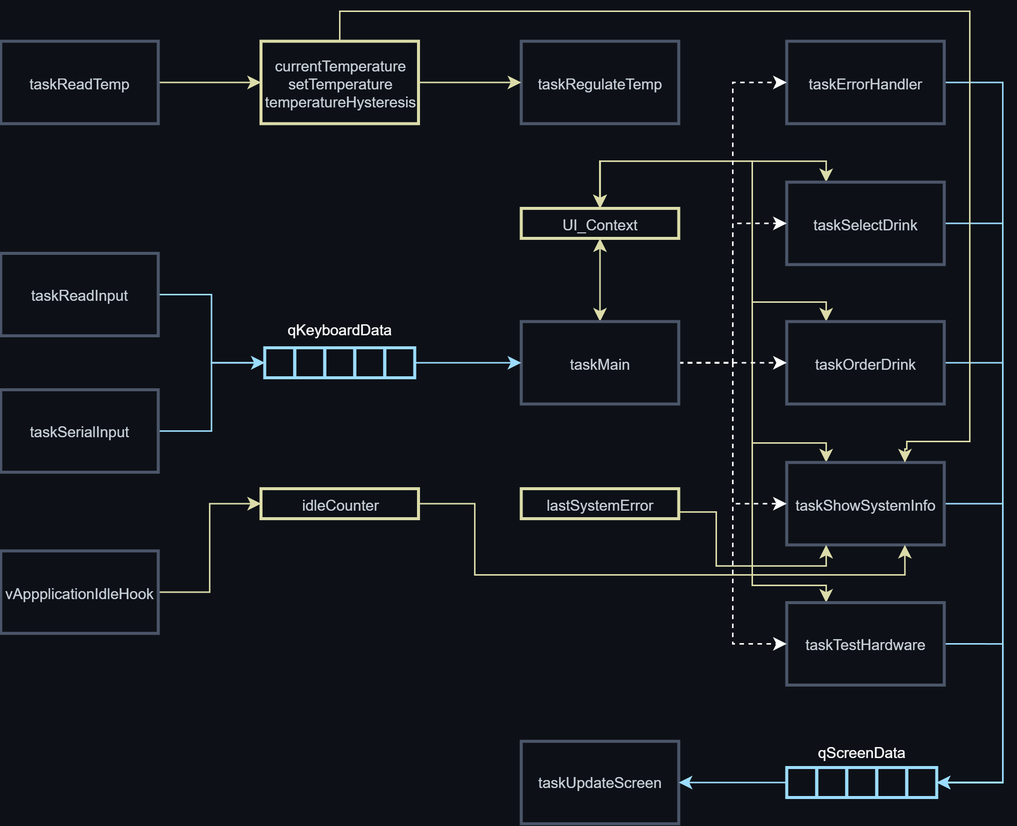
alan-kudelko/DrinkCreator6000 keeps this draw.io diagram as Media/DataFlowDiagram.png. Above is the earlier version. Source tidied: cells renumbered, new cells last; positions are measured from the earlier drawing's top-left corner, leaving out a move shared by most shapes.
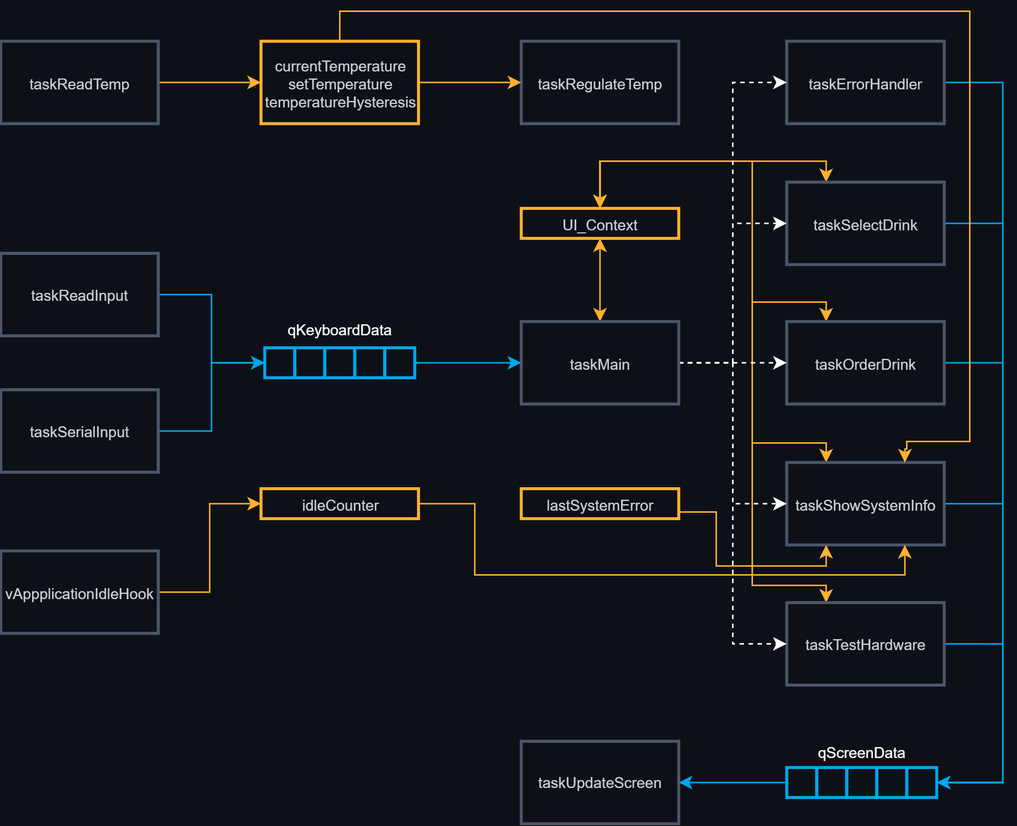
The same diagram one commit later.

The edit, as a diff of the source:
```diff
@@ -7,18 +7,18 @@
     </mxCell>
-    <mxCell id="3" style="edgeStyle=orthogonalEdgeStyle;rounded=0;jettySize=auto;html=1;entryX=1;entryY=0.5;entryDx=0;entryDy=0;strokeColor=#9CDCFE;" parent="1" edge="1" source="4" target="2">
+    <mxCell id="3" style="edgeStyle=orthogonalEdgeStyle;rounded=0;jettySize=auto;html=1;entryX=1;entryY=0.5;entryDx=0;entryDy=0;strokeColor=#00A6ED;" parent="1" edge="1" source="4" target="2">
       <mxGeometry relative="1" as="geometry" />
     </mxCell>
-    <mxCell id="4" style="rounded=0;whiteSpace=wrap;html=1;fontSize=10;align=left;glass=0;shadow=0;strokeWidth=2;perimeterSpacing=0;strokeColor=#9CDCFE;fillColor=none;fontColor=#C9D1D9;verticalAlign=middle;spacingLeft=0;spacingTop=0;fontFamily=Helvetica;" parent="1" vertex="1">
+    <mxCell id="4" style="rounded=0;whiteSpace=wrap;html=1;fontSize=10;align=left;glass=0;shadow=0;strokeWidth=2;perimeterSpacing=0;strokeColor=#00A6ED;fillColor=none;fontColor=#C9D1D9;verticalAlign=middle;spacingLeft=0;spacingTop=0;fontFamily=Helvetica;" parent="1" vertex="1">
       <mxGeometry x="524" y="504.5" width="20" height="20" as="geometry" />
     </mxCell>
-    <mxCell id="5" style="rounded=0;whiteSpace=wrap;html=1;fontSize=10;align=left;glass=0;shadow=0;strokeWidth=2;perimeterSpacing=0;strokeColor=#9CDCFE;fillColor=none;fontColor=#C9D1D9;verticalAlign=middle;spacingLeft=0;spacingTop=0;fontFamily=Helvetica;" parent="1" vertex="1">
+    <mxCell id="5" style="rounded=0;whiteSpace=wrap;html=1;fontSize=10;align=left;glass=0;shadow=0;strokeWidth=2;perimeterSpacing=0;strokeColor=#00A6ED;fillColor=none;fontColor=#C9D1D9;verticalAlign=middle;spacingLeft=0;spacingTop=0;fontFamily=Helvetica;" parent="1" vertex="1">
       <mxGeometry x="544" y="504.5" width="20" height="20" as="geometry" />
     </mxCell>
-    <mxCell id="6" style="rounded=0;whiteSpace=wrap;html=1;fontSize=10;align=left;glass=0;shadow=0;strokeWidth=2;perimeterSpacing=0;strokeColor=#9CDCFE;fillColor=none;fontColor=#C9D1D9;verticalAlign=middle;spacingLeft=0;spacingTop=0;fontFamily=Helvetica;" parent="1" vertex="1">
+    <mxCell id="6" style="rounded=0;whiteSpace=wrap;html=1;fontSize=10;align=left;glass=0;shadow=0;strokeWidth=2;perimeterSpacing=0;strokeColor=#00A6ED;fillColor=none;fontColor=#C9D1D9;verticalAlign=middle;spacingLeft=0;spacingTop=0;fontFamily=Helvetica;" parent="1" vertex="1">
       <mxGeometry x="564" y="504.5" width="20" height="20" as="geometry" />
     </mxCell>
-    <mxCell id="7" style="rounded=0;whiteSpace=wrap;html=1;fontSize=10;align=left;glass=0;shadow=0;strokeWidth=2;perimeterSpacing=0;strokeColor=#9CDCFE;fillColor=none;fontColor=#C9D1D9;verticalAlign=middle;spacingLeft=0;spacingTop=0;fontFamily=Helvetica;" parent="1" vertex="1">
+    <mxCell id="7" style="rounded=0;whiteSpace=wrap;html=1;fontSize=10;align=left;glass=0;shadow=0;strokeWidth=2;perimeterSpacing=0;strokeColor=#00A6ED;fillColor=none;fontColor=#C9D1D9;verticalAlign=middle;spacingLeft=0;spacingTop=0;fontFamily=Helvetica;" parent="1" vertex="1">
       <mxGeometry x="584" y="504.5" width="20" height="20" as="geometry" />
     </mxCell>
-    <mxCell id="8" style="rounded=0;whiteSpace=wrap;html=1;fontSize=10;align=left;glass=0;shadow=0;strokeWidth=2;perimeterSpacing=0;strokeColor=#9CDCFE;fillColor=none;fontColor=#C9D1D9;verticalAlign=middle;spacingLeft=0;spacingTop=0;fontFamily=Helvetica;" parent="1" vertex="1">
+    <mxCell id="8" style="rounded=0;whiteSpace=wrap;html=1;fontSize=10;align=left;glass=0;shadow=0;strokeWidth=2;perimeterSpacing=0;strokeColor=#00A6ED;fillColor=none;fontColor=#C9D1D9;verticalAlign=middle;spacingLeft=0;spacingTop=0;fontFamily=Helvetica;" parent="1" vertex="1">
       <mxGeometry x="604" y="504.5" width="20" height="20" as="geometry" />
@@ -28,3 +28,3 @@
     </mxCell>
-    <mxCell id="10" style="edgeStyle=orthogonalEdgeStyle;rounded=0;jettySize=auto;html=1;entryX=0.5;entryY=0;entryDx=0;entryDy=0;strokeColor=#DCDCAA;exitX=0.25;exitY=0;exitDx=0;exitDy=0;startArrow=classic;startFill=1;" parent="1" edge="1" source="12" target="41">
+    <mxCell id="10" style="edgeStyle=orthogonalEdgeStyle;rounded=0;jettySize=auto;html=1;entryX=0.5;entryY=0;entryDx=0;entryDy=0;strokeColor=#FFB02E;exitX=0.25;exitY=0;exitDx=0;exitDy=0;startArrow=classic;startFill=1;" parent="1" edge="1" source="12" target="41">
       <mxGeometry relative="1" as="geometry">
@@ -38,3 +38,3 @@
     </mxCell>
-    <mxCell id="11" style="edgeStyle=orthogonalEdgeStyle;rounded=0;jettySize=auto;html=1;entryX=1;entryY=0.5;entryDx=0;entryDy=0;strokeColor=#9CDCFE;exitX=1;exitY=0.5;exitDx=0;exitDy=0;" parent="1" edge="1" source="12" target="8">
+    <mxCell id="11" style="edgeStyle=orthogonalEdgeStyle;rounded=0;jettySize=auto;html=1;entryX=1;entryY=0.5;entryDx=0;entryDy=0;strokeColor=#00A6ED;exitX=1;exitY=0.5;exitDx=0;exitDy=0;" parent="1" edge="1" source="12" target="8">
       <mxGeometry relative="1" as="geometry">
@@ -49,3 +49,3 @@
     </mxCell>
-    <mxCell id="13" style="edgeStyle=orthogonalEdgeStyle;rounded=0;jettySize=auto;html=1;entryX=1;entryY=0.5;entryDx=0;entryDy=0;strokeColor=#9CDCFE;exitX=1;exitY=0.5;exitDx=0;exitDy=0;" parent="1" edge="1" source="14" target="8">
+    <mxCell id="13" style="edgeStyle=orthogonalEdgeStyle;rounded=0;jettySize=auto;html=1;entryX=1;entryY=0.5;entryDx=0;entryDy=0;strokeColor=#00A6ED;exitX=1;exitY=0.5;exitDx=0;exitDy=0;" parent="1" edge="1" source="14" target="8">
       <mxGeometry relative="1" as="geometry">
@@ -60,3 +60,3 @@
     </mxCell>
-    <mxCell id="15" style="edgeStyle=orthogonalEdgeStyle;rounded=0;jettySize=auto;html=1;entryX=0.5;entryY=0;entryDx=0;entryDy=0;exitX=0.25;exitY=0;exitDx=0;exitDy=0;strokeColor=#DCDCAA;startArrow=classic;startFill=1;" parent="1" edge="1" source="17" target="41">
+    <mxCell id="15" style="edgeStyle=orthogonalEdgeStyle;rounded=0;jettySize=auto;html=1;entryX=0.5;entryY=0;entryDx=0;entryDy=0;exitX=0.25;exitY=0;exitDx=0;exitDy=0;strokeColor=#FFB02E;startArrow=classic;startFill=1;" parent="1" edge="1" source="17" target="41">
       <mxGeometry relative="1" as="geometry">
@@ -70,3 +70,3 @@
     </mxCell>
-    <mxCell id="16" style="edgeStyle=orthogonalEdgeStyle;rounded=0;jettySize=auto;html=1;entryX=1;entryY=0.5;entryDx=0;entryDy=0;exitX=1;exitY=0.5;exitDx=0;exitDy=0;strokeColor=#9CDCFE;" parent="1" edge="1" source="17" target="8">
+    <mxCell id="16" style="edgeStyle=orthogonalEdgeStyle;rounded=0;jettySize=auto;html=1;entryX=1;entryY=0.5;entryDx=0;entryDy=0;exitX=1;exitY=0.5;exitDx=0;exitDy=0;strokeColor=#00A6ED;" parent="1" edge="1" source="17" target="8">
       <mxGeometry relative="1" as="geometry">
@@ -81,3 +81,3 @@
     </mxCell>
-    <mxCell id="18" style="edgeStyle=orthogonalEdgeStyle;rounded=0;jettySize=auto;html=1;entryX=0.5;entryY=0;entryDx=0;entryDy=0;strokeColor=#DCDCAA;exitX=0.25;exitY=0;exitDx=0;exitDy=0;startArrow=classic;startFill=1;" parent="1" edge="1" source="20" target="41">
+    <mxCell id="18" style="edgeStyle=orthogonalEdgeStyle;rounded=0;jettySize=auto;html=1;entryX=0.5;entryY=0;entryDx=0;entryDy=0;strokeColor=#FFB02E;exitX=0.25;exitY=0;exitDx=0;exitDy=0;startArrow=classic;startFill=1;" parent="1" edge="1" source="20" target="41">
       <mxGeometry relative="1" as="geometry">
@@ -91,3 +91,3 @@
     </mxCell>
-    <mxCell id="19" style="edgeStyle=orthogonalEdgeStyle;rounded=0;jettySize=auto;html=1;entryX=1;entryY=0.5;entryDx=0;entryDy=0;strokeColor=#9CDCFE;exitX=1;exitY=0.5;exitDx=0;exitDy=0;" parent="1" edge="1" source="20" target="8">
+    <mxCell id="19" style="edgeStyle=orthogonalEdgeStyle;rounded=0;jettySize=auto;html=1;entryX=1;entryY=0.5;entryDx=0;entryDy=0;strokeColor=#00A6ED;exitX=1;exitY=0.5;exitDx=0;exitDy=0;" parent="1" edge="1" source="20" target="8">
       <mxGeometry relative="1" as="geometry">
@@ -102,3 +102,3 @@
     </mxCell>
-    <mxCell id="21" style="edgeStyle=orthogonalEdgeStyle;rounded=0;jettySize=auto;html=1;entryX=0.5;entryY=0;entryDx=0;entryDy=0;exitX=0.25;exitY=0;exitDx=0;exitDy=0;strokeColor=#DCDCAA;startArrow=classic;startFill=1;" parent="1" edge="1" source="23" target="41">
+    <mxCell id="21" style="edgeStyle=orthogonalEdgeStyle;rounded=0;jettySize=auto;html=1;entryX=0.5;entryY=0;entryDx=0;entryDy=0;exitX=0.25;exitY=0;exitDx=0;exitDy=0;strokeColor=#FFB02E;startArrow=classic;startFill=1;" parent="1" edge="1" source="23" target="41">
       <mxGeometry relative="1" as="geometry">
@@ -110,3 +110,3 @@
     </mxCell>
-    <mxCell id="22" style="edgeStyle=orthogonalEdgeStyle;rounded=0;jettySize=auto;html=1;entryX=1;entryY=0.5;entryDx=0;entryDy=0;strokeColor=#9CDCFE;exitX=1;exitY=0.5;exitDx=0;exitDy=0;" parent="1" edge="1" source="23" target="8">
+    <mxCell id="22" style="edgeStyle=orthogonalEdgeStyle;rounded=0;jettySize=auto;html=1;entryX=1;entryY=0.5;entryDx=0;entryDy=0;strokeColor=#00A6ED;exitX=1;exitY=0.5;exitDx=0;exitDy=0;" parent="1" edge="1" source="23" target="8">
       <mxGeometry relative="1" as="geometry">
@@ -121,3 +121,3 @@
     </mxCell>
-    <mxCell id="24" style="edgeStyle=orthogonalEdgeStyle;rounded=0;jettySize=auto;html=1;entryX=0.5;entryY=1;entryDx=0;entryDy=0;strokeColor=#DCDCAA;startArrow=classic;startFill=1;" parent="1" edge="1" source="30" target="41">
+    <mxCell id="24" style="edgeStyle=orthogonalEdgeStyle;rounded=0;jettySize=auto;html=1;entryX=0.5;entryY=1;entryDx=0;entryDy=0;strokeColor=#FFB02E;startArrow=classic;startFill=1;" parent="1" edge="1" source="30" target="41">
       <mxGeometry relative="1" as="geometry" />
@@ -142,15 +142,15 @@
     </mxCell>
-    <mxCell id="31" style="rounded=0;whiteSpace=wrap;html=1;fontSize=10;align=left;glass=0;shadow=0;strokeWidth=2;perimeterSpacing=0;strokeColor=#9CDCFE;fillColor=none;fontColor=#C9D1D9;verticalAlign=middle;spacingLeft=0;spacingTop=0;fontFamily=Helvetica;" parent="1" vertex="1">
+    <mxCell id="31" style="rounded=0;whiteSpace=wrap;html=1;fontSize=10;align=left;glass=0;shadow=0;strokeWidth=2;perimeterSpacing=0;strokeColor=#00A6ED;fillColor=none;fontColor=#C9D1D9;verticalAlign=middle;spacingLeft=0;spacingTop=0;fontFamily=Helvetica;" parent="1" vertex="1">
       <mxGeometry x="176" y="224.5" width="20" height="20" as="geometry" />
     </mxCell>
-    <mxCell id="32" style="rounded=0;whiteSpace=wrap;html=1;fontSize=10;align=left;glass=0;shadow=0;strokeWidth=2;perimeterSpacing=0;strokeColor=#9CDCFE;fillColor=none;fontColor=#C9D1D9;verticalAlign=middle;spacingLeft=0;spacingTop=0;fontFamily=Helvetica;" parent="1" vertex="1">
+    <mxCell id="32" style="rounded=0;whiteSpace=wrap;html=1;fontSize=10;align=left;glass=0;shadow=0;strokeWidth=2;perimeterSpacing=0;strokeColor=#00A6ED;fillColor=none;fontColor=#C9D1D9;verticalAlign=middle;spacingLeft=0;spacingTop=0;fontFamily=Helvetica;" parent="1" vertex="1">
       <mxGeometry x="196" y="224.5" width="20" height="20" as="geometry" />
     </mxCell>
-    <mxCell id="33" style="rounded=0;whiteSpace=wrap;html=1;fontSize=10;align=left;glass=0;shadow=0;strokeWidth=2;perimeterSpacing=0;strokeColor=#9CDCFE;fillColor=none;fontColor=#C9D1D9;verticalAlign=middle;spacingLeft=0;spacingTop=0;fontFamily=Helvetica;" parent="1" vertex="1">
+    <mxCell id="33" style="rounded=0;whiteSpace=wrap;html=1;fontSize=10;align=left;glass=0;shadow=0;strokeWidth=2;perimeterSpacing=0;strokeColor=#00A6ED;fillColor=none;fontColor=#C9D1D9;verticalAlign=middle;spacingLeft=0;spacingTop=0;fontFamily=Helvetica;" parent="1" vertex="1">
       <mxGeometry x="216" y="224.5" width="20" height="20" as="geometry" />
     </mxCell>
-    <mxCell id="34" style="edgeStyle=orthogonalEdgeStyle;rounded=0;jettySize=auto;html=1;entryX=0;entryY=0.5;entryDx=0;entryDy=0;strokeColor=#9CDCFE;" parent="1" edge="1" source="35" target="30">
+    <mxCell id="34" style="edgeStyle=orthogonalEdgeStyle;rounded=0;jettySize=auto;html=1;entryX=0;entryY=0.5;entryDx=0;entryDy=0;strokeColor=#00A6ED;" parent="1" edge="1" source="35" target="30">
       <mxGeometry relative="1" as="geometry" />
     </mxCell>
-    <mxCell id="35" style="rounded=0;whiteSpace=wrap;html=1;fontSize=10;align=left;glass=0;shadow=0;strokeWidth=2;perimeterSpacing=0;strokeColor=#9CDCFE;fillColor=none;fontColor=#C9D1D9;verticalAlign=middle;spacingLeft=0;spacingTop=0;fontFamily=Helvetica;" parent="1" vertex="1">
+    <mxCell id="35" style="rounded=0;whiteSpace=wrap;html=1;fontSize=10;align=left;glass=0;shadow=0;strokeWidth=2;perimeterSpacing=0;strokeColor=#00A6ED;fillColor=none;fontColor=#C9D1D9;verticalAlign=middle;spacingLeft=0;spacingTop=0;fontFamily=Helvetica;" parent="1" vertex="1">
       <mxGeometry x="256" y="224.5" width="20" height="20" as="geometry" />
@@ -160,3 +160,3 @@
     </mxCell>
-    <mxCell id="37" style="edgeStyle=orthogonalEdgeStyle;rounded=0;jettySize=auto;html=1;entryX=0;entryY=0.5;entryDx=0;entryDy=0;strokeColor=#9CDCFE;" parent="1" edge="1" source="38" target="31">
+    <mxCell id="37" style="edgeStyle=orthogonalEdgeStyle;rounded=0;jettySize=auto;html=1;entryX=0;entryY=0.5;entryDx=0;entryDy=0;strokeColor=#00A6ED;" parent="1" edge="1" source="38" target="31">
       <mxGeometry relative="1" as="geometry" />
@@ -166,3 +166,3 @@
     </mxCell>
-    <mxCell id="39" style="edgeStyle=orthogonalEdgeStyle;rounded=0;jettySize=auto;html=1;entryX=0;entryY=0.5;entryDx=0;entryDy=0;strokeColor=#9CDCFE;" parent="1" edge="1" source="40" target="31">
+    <mxCell id="39" style="edgeStyle=orthogonalEdgeStyle;rounded=0;jettySize=auto;html=1;entryX=0;entryY=0.5;entryDx=0;entryDy=0;strokeColor=#00A6ED;" parent="1" edge="1" source="40" target="31">
       <mxGeometry relative="1" as="geometry" />
@@ -172,9 +172,9 @@
     </mxCell>
-    <mxCell id="41" value="UI_Context" style="rounded=0;whiteSpace=wrap;html=1;fontSize=10;align=center;glass=0;shadow=0;strokeWidth=2;perimeterSpacing=0;strokeColor=#DCDCAA;fillColor=none;fontColor=#C9D1D9;verticalAlign=middle;spacingLeft=0;spacingTop=0;fontFamily=Helvetica;" parent="1" vertex="1">
+    <mxCell id="41" value="UI_Context" style="rounded=0;whiteSpace=wrap;html=1;fontSize=10;align=center;glass=0;shadow=0;strokeWidth=2;perimeterSpacing=0;strokeColor=#FFB02E;fillColor=none;fontColor=#C9D1D9;verticalAlign=middle;spacingLeft=0;spacingTop=0;fontFamily=Helvetica;" parent="1" vertex="1">
       <mxGeometry x="347" y="131.5" width="105" height="20" as="geometry" />
     </mxCell>
-    <mxCell id="42" style="rounded=0;whiteSpace=wrap;html=1;fontSize=10;align=left;glass=0;shadow=0;strokeWidth=2;perimeterSpacing=0;strokeColor=#9CDCFE;fillColor=none;fontColor=#C9D1D9;verticalAlign=middle;spacingLeft=0;spacingTop=0;fontFamily=Helvetica;" parent="1" vertex="1">
+    <mxCell id="42" style="rounded=0;whiteSpace=wrap;html=1;fontSize=10;align=left;glass=0;shadow=0;strokeWidth=2;perimeterSpacing=0;strokeColor=#00A6ED;fillColor=none;fontColor=#C9D1D9;verticalAlign=middle;spacingLeft=0;spacingTop=0;fontFamily=Helvetica;" parent="1" vertex="1">
       <mxGeometry x="236" y="224.5" width="20" height="20" as="geometry" />
     </mxCell>
-    <mxCell id="43" style="edgeStyle=orthogonalEdgeStyle;rounded=0;jettySize=auto;html=1;entryX=0;entryY=0.5;entryDx=0;entryDy=0;strokeColor=#DCDCAA;" parent="1" edge="1" source="44" target="48">
+    <mxCell id="43" style="edgeStyle=orthogonalEdgeStyle;rounded=0;jettySize=auto;html=1;entryX=0;entryY=0.5;entryDx=0;entryDy=0;strokeColor=#FFB02E;" parent="1" edge="1" source="44" target="48">
       <mxGeometry relative="1" as="geometry" />
@@ -187,6 +187,6 @@
     </mxCell>
-    <mxCell id="46" style="edgeStyle=orthogonalEdgeStyle;rounded=0;jettySize=auto;html=1;entryX=0;entryY=0.5;entryDx=0;entryDy=0;strokeColor=#DCDCAA;" parent="1" edge="1" source="48" target="45">
+    <mxCell id="46" style="edgeStyle=orthogonalEdgeStyle;rounded=0;jettySize=auto;html=1;entryX=0;entryY=0.5;entryDx=0;entryDy=0;strokeColor=#FFB02E;" parent="1" edge="1" source="48" target="45">
       <mxGeometry relative="1" as="geometry" />
     </mxCell>
-    <mxCell id="47" style="edgeStyle=orthogonalEdgeStyle;rounded=0;jettySize=auto;html=1;entryX=0.75;entryY=0;entryDx=0;entryDy=0;exitX=0.5;exitY=0;exitDx=0;exitDy=0;strokeColor=#DCDCAA;" parent="1" edge="1" source="48" target="17">
+    <mxCell id="47" style="edgeStyle=orthogonalEdgeStyle;rounded=0;jettySize=auto;html=1;entryX=0.75;entryY=0;entryDx=0;entryDy=0;exitX=0.5;exitY=0;exitDx=0;exitDy=0;strokeColor=#FFB02E;" parent="1" edge="1" source="48" target="17">
       <mxGeometry relative="1" as="geometry">
@@ -202,6 +202,6 @@
     </mxCell>
-    <mxCell id="48" value="currentTemperature&lt;div&gt;setTemperature&lt;/div&gt;&lt;div&gt;temperatureHysteresis&lt;/div&gt;" style="rounded=0;whiteSpace=wrap;html=1;fontSize=10;align=center;glass=0;shadow=0;strokeWidth=2;perimeterSpacing=0;strokeColor=#DCDCAA;fillColor=none;fontColor=#C9D1D9;verticalAlign=middle;spacingLeft=0;spacingTop=0;fontFamily=Helvetica;" parent="1" vertex="1">
+    <mxCell id="48" value="currentTemperature&lt;div&gt;setTemperature&lt;/div&gt;&lt;div&gt;temperatureHysteresis&lt;/div&gt;" style="rounded=0;whiteSpace=wrap;html=1;fontSize=10;align=center;glass=0;shadow=0;strokeWidth=2;perimeterSpacing=0;strokeColor=#FFB02E;fillColor=none;fontColor=#C9D1D9;verticalAlign=middle;spacingLeft=0;spacingTop=0;fontFamily=Helvetica;" parent="1" vertex="1">
       <mxGeometry x="173.5" y="20" width="105" height="55" as="geometry" />
     </mxCell>
-    <mxCell id="49" style="edgeStyle=orthogonalEdgeStyle;rounded=0;jettySize=auto;html=1;entryX=0.25;entryY=1;entryDx=0;entryDy=0;strokeColor=#DCDCAA;" parent="1" edge="1" source="50" target="17">
+    <mxCell id="49" style="edgeStyle=orthogonalEdgeStyle;rounded=0;jettySize=auto;html=1;entryX=0.25;entryY=1;entryDx=0;entryDy=0;strokeColor=#FFB02E;" parent="1" edge="1" source="50" target="17">
       <mxGeometry relative="1" as="geometry">
@@ -214,6 +214,6 @@
     </mxCell>
-    <mxCell id="50" value="lastSystemError" style="rounded=0;whiteSpace=wrap;html=1;fontSize=10;align=center;glass=0;shadow=0;strokeWidth=2;perimeterSpacing=0;strokeColor=#DCDCAA;fillColor=none;fontColor=#C9D1D9;verticalAlign=middle;spacingLeft=0;spacingTop=0;fontFamily=Helvetica;" parent="1" vertex="1">
+    <mxCell id="50" value="lastSystemError" style="rounded=0;whiteSpace=wrap;html=1;fontSize=10;align=center;glass=0;shadow=0;strokeWidth=2;perimeterSpacing=0;strokeColor=#FFB02E;fillColor=none;fontColor=#C9D1D9;verticalAlign=middle;spacingLeft=0;spacingTop=0;fontFamily=Helvetica;" parent="1" vertex="1">
       <mxGeometry x="347" y="318.5" width="105" height="20" as="geometry" />
     </mxCell>
-    <mxCell id="51" style="edgeStyle=orthogonalEdgeStyle;rounded=0;jettySize=auto;html=1;entryX=0;entryY=0.5;entryDx=0;entryDy=0;strokeColor=#DCDCAA;" parent="1" edge="1" source="52" target="54">
+    <mxCell id="51" style="edgeStyle=orthogonalEdgeStyle;rounded=0;jettySize=auto;html=1;entryX=0;entryY=0.5;entryDx=0;entryDy=0;strokeColor=#FFB02E;" parent="1" edge="1" source="52" target="54">
       <mxGeometry relative="1" as="geometry" />
@@ -223,3 +223,3 @@
     </mxCell>
-    <mxCell id="53" style="edgeStyle=orthogonalEdgeStyle;rounded=0;jettySize=auto;html=1;entryX=0.75;entryY=1;entryDx=0;entryDy=0;strokeColor=#DCDCAA;exitX=1;exitY=0.5;exitDx=0;exitDy=0;" parent="1" edge="1" source="54" target="17">
+    <mxCell id="53" style="edgeStyle=orthogonalEdgeStyle;rounded=0;jettySize=auto;html=1;entryX=0.75;entryY=1;entryDx=0;entryDy=0;strokeColor=#FFB02E;exitX=1;exitY=0.5;exitDx=0;exitDy=0;" parent="1" edge="1" source="54" target="17">
       <mxGeometry relative="1" as="geometry">
@@ -232,3 +232,3 @@
     </mxCell>
-    <mxCell id="54" value="idleCounter" style="rounded=0;whiteSpace=wrap;html=1;fontSize=10;align=center;glass=0;shadow=0;strokeWidth=2;perimeterSpacing=0;strokeColor=#DCDCAA;fillColor=none;fontColor=#C9D1D9;verticalAlign=middle;spacingLeft=0;spacingTop=0;fontFamily=Helvetica;" parent="1" vertex="1">
+    <mxCell id="54" value="idleCounter" style="rounded=0;whiteSpace=wrap;html=1;fontSize=10;align=center;glass=0;shadow=0;strokeWidth=2;perimeterSpacing=0;strokeColor=#FFB02E;fillColor=none;fontColor=#C9D1D9;verticalAlign=middle;spacingLeft=0;spacingTop=0;fontFamily=Helvetica;" parent="1" vertex="1">
       <mxGeometry x="173.5" y="318.5" width="105" height="20" as="geometry" />
```
